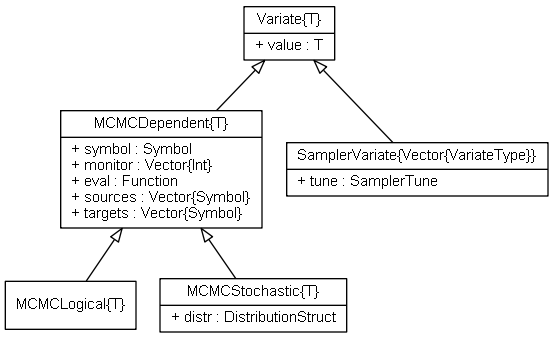
This is doc/images/variateUML.png from brian-j-smith/Mamba.jl, a Graphviz export, as it was before one commit. Its source is kept beside it as doc/images/variateUML.dot.
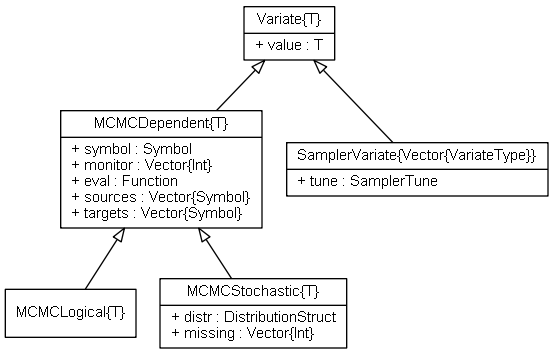
The same file after the commit.

Diff of the diagram source:
```diff
@@ -12,7 +12,7 @@
 
 	MCMCLogical [label = "{MCMCLogical\{T\}}"]
 
-	MCMCStochastic [label = "{MCMCStochastic\{T\}|+ distr : DistributionStruct\l}"]
+	MCMCStochastic [label = "{MCMCStochastic\{T\}|+ distr : DistributionStruct\l+ missing : Vector\{Int\}\l}"]
 
 	SamplerVariate [label = "{SamplerVariate\{Vector\{VariateType\}\}|+ tune : SamplerTune\l}"]
 
```
